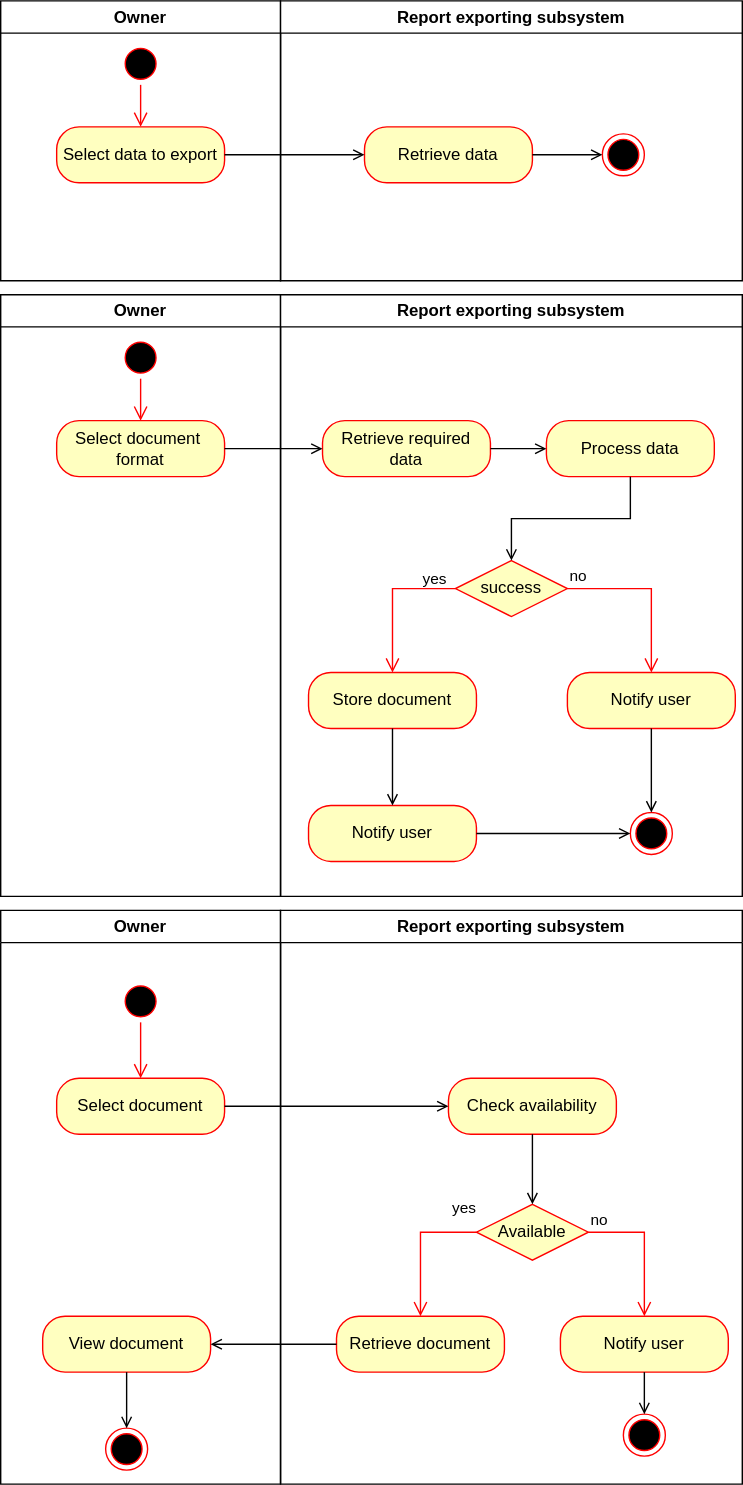
Simamkele88/IFM3_GP keeps this draw.io diagram as Reports_analysis_Activity.svg. Above is the earlier version. Source tidied: cells renumbered, new cells last; positions are measured from the earlier drawing's top-left corner, leaving out a move shared by most shapes.
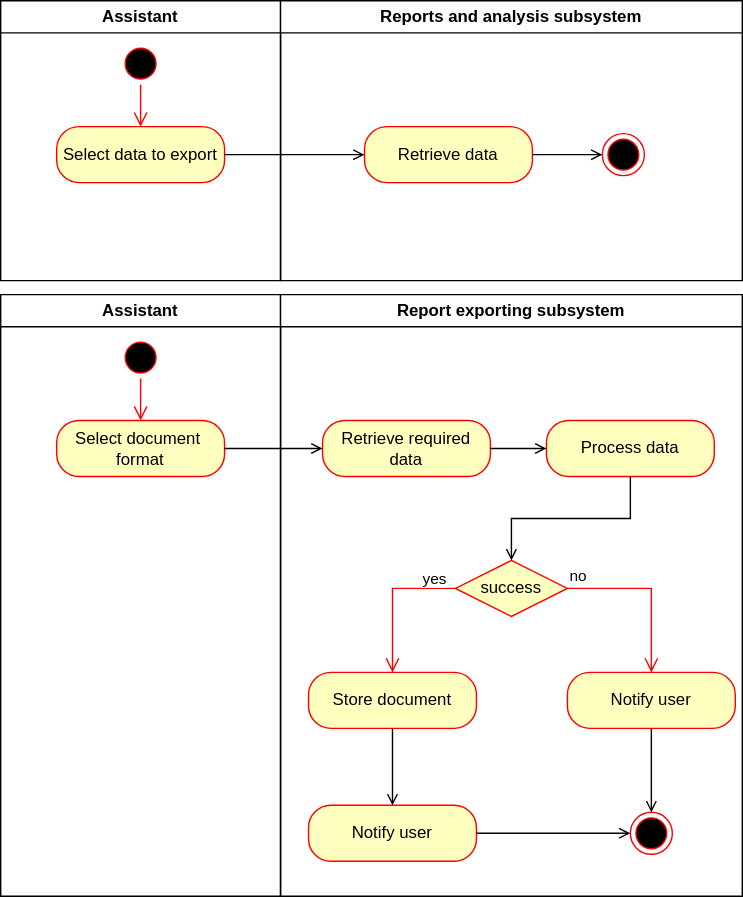
After the change.

The edit, as a diff of the source:
```diff
@@ -2,7 +2,7 @@
   <root>
     <mxCell id="0" />
     <mxCell id="1" parent="0" />
-    <mxCell id="2" value="Owner" style="swimlane;whiteSpace=wrap;html=1;" parent="1" vertex="1">
+    <mxCell id="2" value="Assistant" style="swimlane;whiteSpace=wrap;html=1;startSize=23;" parent="1" vertex="1">
       <mxGeometry width="200" height="200" as="geometry" />
     </mxCell>
     <mxCell id="3" value="Select data to export" style="rounded=1;whiteSpace=wrap;html=1;strokeColor=#ff0000;align=center;verticalAlign=middle;arcSize=40;fontFamily=Helvetica;fontSize=12;fontColor=#000000;fillColor=#ffffc0;" parent="2" vertex="1">
@@ -14,7 +14,7 @@
     <mxCell id="5" style="edgeStyle=orthogonalEdgeStyle;html=1;verticalAlign=bottom;endArrow=open;endSize=8;strokeColor=#ff0000;rounded=0;entryX=0.5;entryY=0;entryDx=0;entryDy=0;" parent="2" edge="1" source="4" target="3">
       <mxGeometry relative="1" as="geometry" />
     </mxCell>
-    <mxCell id="6" value="Report exporting subsystem" style="swimlane;whiteSpace=wrap;html=1;" parent="1" vertex="1">
+    <mxCell id="6" value="Reports and analysis subsystem" style="swimlane;whiteSpace=wrap;html=1;" parent="1" vertex="1">
       <mxGeometry x="200" width="330" height="200" as="geometry" />
     </mxCell>
     <mxCell id="7" value="Retrieve data" style="rounded=1;whiteSpace=wrap;html=1;strokeColor=#ff0000;align=center;verticalAlign=middle;arcSize=40;fontFamily=Helvetica;fontSize=12;fontColor=#000000;fillColor=#ffffc0;" parent="6" vertex="1">
@@ -26,7 +26,7 @@
     <mxCell id="9" style="endArrow=open;html=1;rounded=0;exitX=1;exitY=0.5;exitDx=0;exitDy=0;entryX=0;entryY=0.5;entryDx=0;entryDy=0;endFill=0;" parent="1" edge="1" source="3" target="7">
       <mxGeometry relative="1" as="geometry" />
     </mxCell>
-    <mxCell id="10" value="Owner" style="swimlane;whiteSpace=wrap;html=1;" parent="1" vertex="1">
+    <mxCell id="10" value="Assistant" style="swimlane;whiteSpace=wrap;html=1;" parent="1" vertex="1">
       <mxGeometry y="210" width="200" height="430" as="geometry" />
     </mxCell>
     <mxCell id="11" style="ellipse;html=1;shape=startState;fillColor=#000000;strokeColor=#ff0000;" parent="10" vertex="1">
@@ -94,73 +94,6 @@
     <mxCell id="29" style="endArrow=open;html=1;rounded=0;exitX=1;exitY=0.5;exitDx=0;exitDy=0;entryX=0;entryY=0.5;entryDx=0;entryDy=0;endFill=0;" parent="1" edge="1" source="13" target="15">
       <mxGeometry relative="1" as="geometry" />
     </mxCell>
-    <mxCell id="30" value="Owner" style="swimlane;whiteSpace=wrap;html=1;" parent="1" vertex="1">
-      <mxGeometry y="650" width="200" height="410" as="geometry" />
-    </mxCell>
-    <mxCell id="31" value="Select document" style="rounded=1;whiteSpace=wrap;html=1;arcSize=40;fontColor=#000000;fillColor=#ffffc0;strokeColor=#ff0000;" parent="30" vertex="1">
-      <mxGeometry x="40" y="120" width="120" height="40" as="geometry" />
-    </mxCell>
-    <mxCell id="32" style="ellipse;html=1;shape=startState;fillColor=#000000;strokeColor=#ff0000;" parent="30" vertex="1">
-      <mxGeometry x="85" y="50" width="30" height="30" as="geometry" />
-    </mxCell>
-    <mxCell id="33" style="edgeStyle=orthogonalEdgeStyle;html=1;verticalAlign=bottom;endArrow=open;endSize=8;strokeColor=#ff0000;rounded=0;entryX=0.5;entryY=0;entryDx=0;entryDy=0;" parent="30" edge="1" source="32" target="31">
-      <mxGeometry relative="1" as="geometry" />
-    </mxCell>
-    <mxCell id="34" value="View document" style="rounded=1;whiteSpace=wrap;html=1;strokeColor=#ff0000;align=center;verticalAlign=middle;arcSize=40;fontFamily=Helvetica;fontSize=12;fontColor=#000000;fillColor=#ffffc0;" parent="30" vertex="1">
-      <mxGeometry x="30" y="290" width="120" height="40" as="geometry" />
-    </mxCell>
-    <mxCell id="35" style="ellipse;html=1;shape=endState;fillColor=#000000;strokeColor=#ff0000;" parent="30" vertex="1">
-      <mxGeometry x="75" y="370" width="30" height="30" as="geometry" />
-    </mxCell>
-    <mxCell id="36" style="endArrow=open;html=1;rounded=0;exitX=0.5;exitY=1;exitDx=0;exitDy=0;endFill=0;entryX=0.5;entryY=0;entryDx=0;entryDy=0;" parent="30" edge="1" source="34" target="35">
-      <mxGeometry relative="1" as="geometry" />
-    </mxCell>
-    <mxCell id="37" value="Report exporting subsystem" style="swimlane;whiteSpace=wrap;html=1;" parent="1" vertex="1">
-      <mxGeometry x="200" y="650" width="330" height="410" as="geometry" />
-    </mxCell>
-    <mxCell id="38" value="Check availability" style="rounded=1;whiteSpace=wrap;html=1;arcSize=40;fontColor=#000000;fillColor=#ffffc0;strokeColor=#ff0000;" parent="37" vertex="1">
-      <mxGeometry x="120" y="120" width="120" height="40" as="geometry" />
-    </mxCell>
-    <mxCell id="39" value="Available" style="rhombus;whiteSpace=wrap;html=1;fontColor=#000000;fillColor=#ffffc0;strokeColor=#ff0000;" parent="37" vertex="1">
-      <mxGeometry x="140" y="210" width="80" height="40" as="geometry" />
-    </mxCell>
-    <mxCell id="40" value="no" style="edgeStyle=orthogonalEdgeStyle;html=1;align=left;verticalAlign=bottom;endArrow=open;endSize=8;strokeColor=#ff0000;rounded=0;" parent="37" edge="1" source="39">
-      <mxGeometry x="-1" relative="1" as="geometry">
-        <mxPoint x="260" y="290" as="targetPoint" />
-        <Array as="points">
-          <mxPoint x="260" y="230" />
-        </Array>
-      </mxGeometry>
-    </mxCell>
-    <mxCell id="41" value="yes" style="edgeStyle=orthogonalEdgeStyle;html=1;align=left;verticalAlign=top;endArrow=open;endSize=8;strokeColor=#ff0000;rounded=0;exitDx=0;exitDy=0;" parent="37" edge="1" source="39">
-      <mxGeometry x="-0.62" y="-30" relative="1" as="geometry">
-        <mxPoint x="100" y="290" as="targetPoint" />
-        <Array as="points">
-          <mxPoint x="100" y="230" />
-        </Array>
-      </mxGeometry>
-    </mxCell>
-    <mxCell id="42" style="endArrow=open;html=1;rounded=0;exitX=0.5;exitY=1;exitDx=0;exitDy=0;endFill=0;entryX=0.5;entryY=0;entryDx=0;entryDy=0;" parent="37" edge="1" source="38" target="39">
-      <mxGeometry relative="1" as="geometry" />
-    </mxCell>
-    <mxCell id="43" value="Notify user" style="rounded=1;whiteSpace=wrap;html=1;strokeColor=#ff0000;align=center;verticalAlign=middle;arcSize=40;fontFamily=Helvetica;fontSize=12;fontColor=#000000;fillColor=#ffffc0;" parent="37" vertex="1">
-      <mxGeometry x="200" y="290" width="120" height="40" as="geometry" />
-    </mxCell>
-    <mxCell id="44" value="Retrieve document" style="rounded=1;whiteSpace=wrap;html=1;strokeColor=#ff0000;align=center;verticalAlign=middle;arcSize=40;fontFamily=Helvetica;fontSize=12;fontColor=#000000;fillColor=#ffffc0;" parent="37" vertex="1">
-      <mxGeometry x="40" y="290" width="120" height="40" as="geometry" />
-    </mxCell>
-    <mxCell id="45" style="ellipse;html=1;shape=endState;fillColor=#000000;strokeColor=#ff0000;" parent="37" vertex="1">
-      <mxGeometry x="245" y="360" width="30" height="30" as="geometry" />
-    </mxCell>
-    <mxCell id="46" style="endArrow=open;html=1;rounded=0;exitX=0.5;exitY=1;exitDx=0;exitDy=0;endFill=0;entryX=0.5;entryY=0;entryDx=0;entryDy=0;" parent="37" edge="1" source="43" target="45">
-      <mxGeometry relative="1" as="geometry" />
-    </mxCell>
-    <mxCell id="47" style="endArrow=open;html=1;rounded=0;exitX=1;exitY=0.5;exitDx=0;exitDy=0;endFill=0;entryX=0;entryY=0.5;entryDx=0;entryDy=0;" parent="1" edge="1" source="31" target="38">
-      <mxGeometry relative="1" as="geometry" />
-    </mxCell>
-    <mxCell id="48" style="endArrow=open;html=1;rounded=0;exitX=0;exitY=0.5;exitDx=0;exitDy=0;endFill=0;" parent="1" edge="1" source="44" target="34">
-      <mxGeometry relative="1" as="geometry" />
-    </mxCell>
     <mxCell id="49" style="endArrow=open;html=1;rounded=0;entryX=0;entryY=0.5;entryDx=0;entryDy=0;endFill=0;" parent="1" edge="1" target="8">
       <mxGeometry relative="1" as="geometry">
         <mxPoint x="380" y="110" as="sourcePoint" />
```
